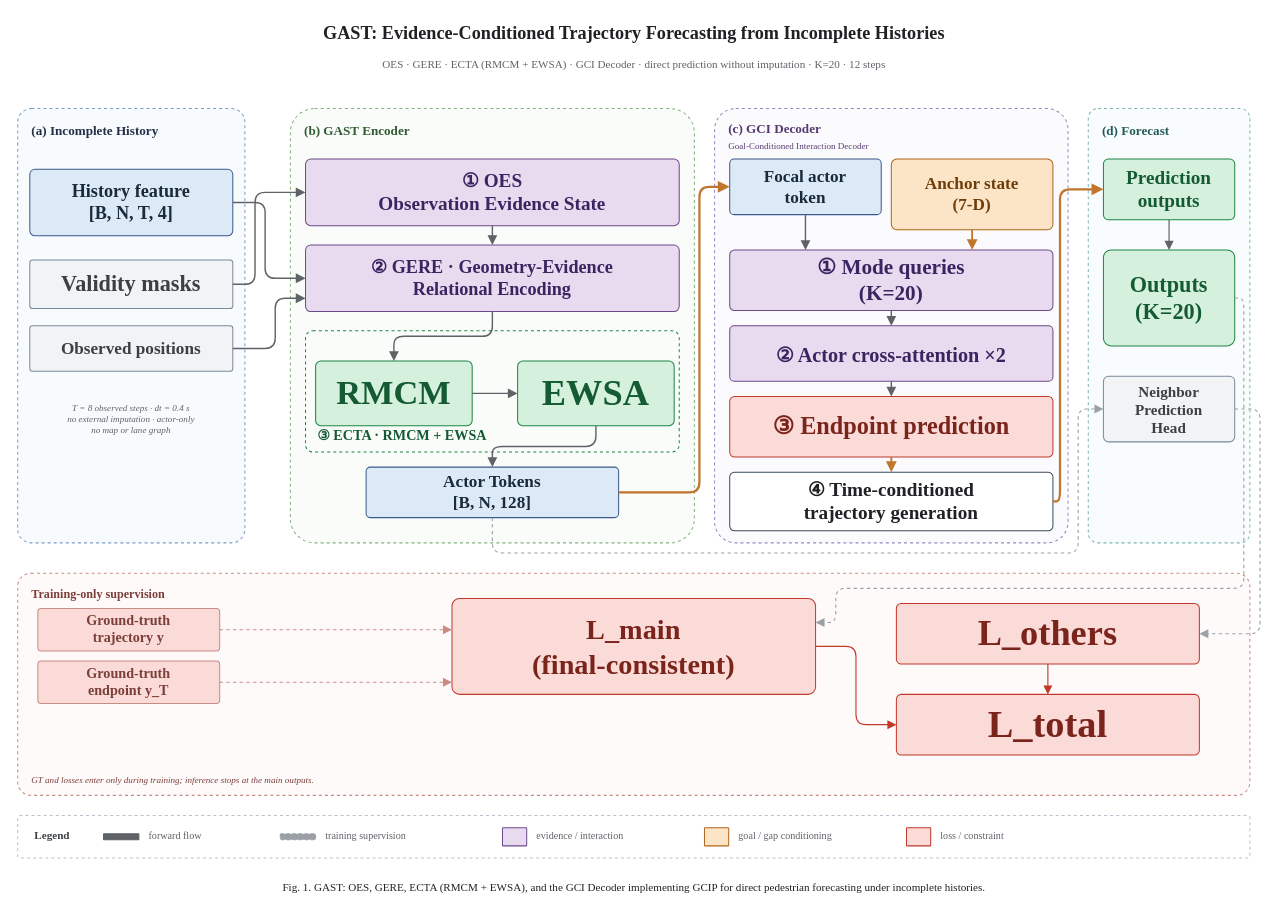
Above: docs/figures/GAST-Goal-framework.drawio in oAyanameio/GAST-PF (draw.io), before the change. Source tidied: cells renumbered, new cells numbered last; positions are measured from the earlier drawing's top-left corner, leaving out a move shared by most shapes. Both pictures are drawn from the tidied source at 101%, with x=0, y=0 at pixel (17, 17).
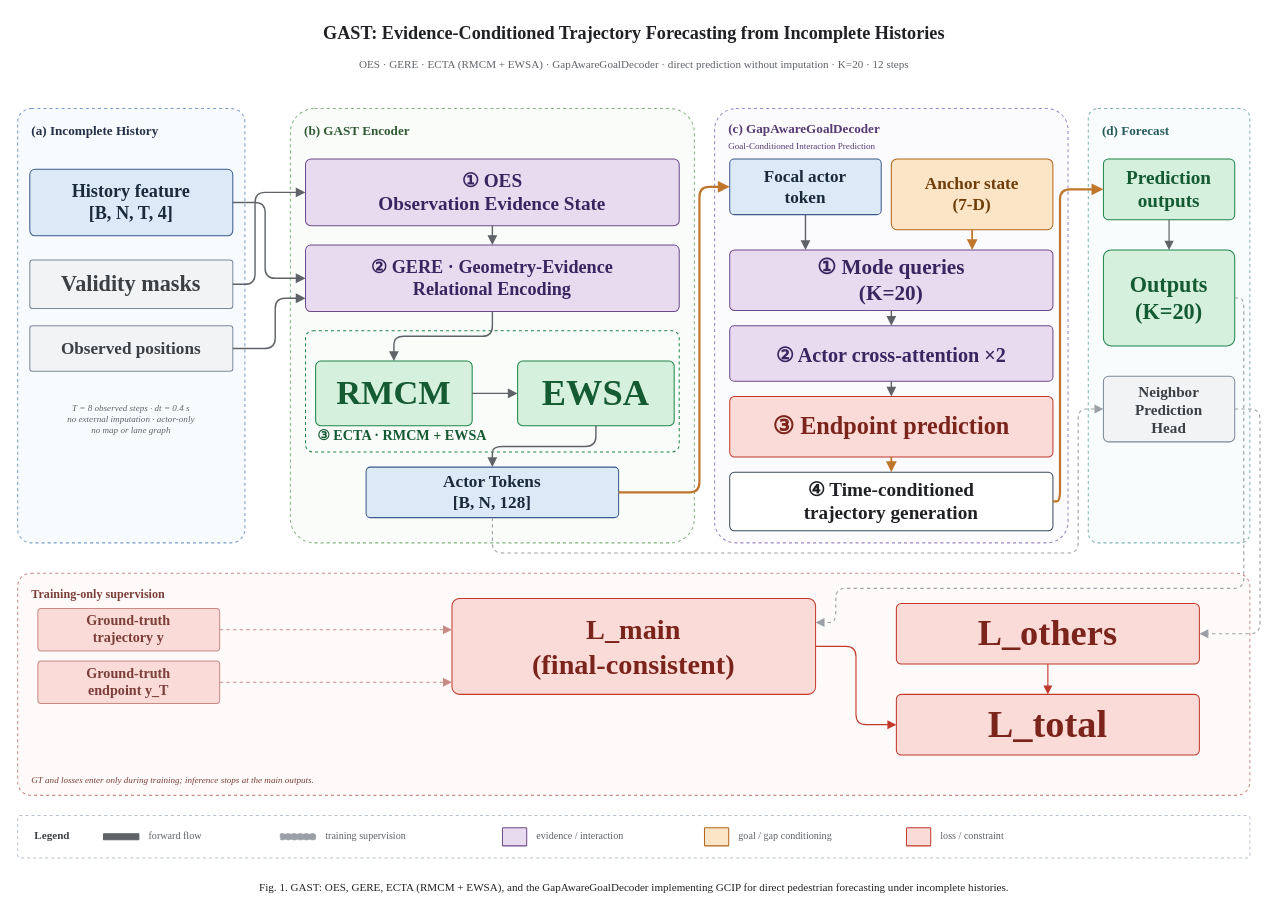
The same diagram, later.

Commit message (it also covers changes not shown here):
docs(figure): 框架图解码器命名 GCI Decoder 改为 GapAwareGoalDecoder（GCIP 保留）

What changed in the source:
```diff
@@
-    <mxCell id="8" value="OES · GERE · ECTA (RMCM + EWSA) · GCI Decoder · direct prediction without imputation · K=20 · 12 steps" style="text;html=1;fontSize=11;align=center;verticalAlign=middle;fontColor=#5F6368;fontFamily=Times New Roman;" parent="1" vertex="1">
+    <mxCell id="8" value="OES · GERE · ECTA (RMCM + EWSA) · GapAwareGoalDecoder · direct prediction without imputation · K=20 · 12 steps" style="text;html=1;fontSize=11;align=center;verticalAlign=middle;fontColor=#5F6368;fontFamily=Times New Roman;" parent="1" vertex="1">
       <mxGeometry y="35" width="1220" height="22" as="geometry" />
     </mxCell>
@@
-    <mxCell id="11" value="&lt;b&gt;(c) GCI Decoder&lt;/b&gt;&lt;br&gt;&lt;font style=&quot;font-size:9px&quot;&gt;Goal-Conditioned Interaction Decoder&lt;/font&gt;" style="text;html=1;fontSize=13;fontStyle=0;align=left;verticalAlign=middle;fontColor=#563A72;fontFamily=Times New Roman;" parent="1" vertex="1">
+    <mxCell id="11" value="&lt;b&gt;(c) GapAwareGoalDecoder&lt;/b&gt;&lt;br&gt;&lt;font style=&quot;font-size:9px&quot;&gt;Goal-Conditioned Interaction Prediction&lt;/font&gt;" style="text;html=1;fontSize=13;fontStyle=0;align=left;verticalAlign=middle;fontColor=#563A72;fontFamily=Times New Roman;" parent="1" vertex="1">
       <mxGeometry x="702" y="100" width="326" height="36" as="geometry" />
     </mxCell>
@@
-    <mxCell id="51" value="Fig. 1. GAST: OES, GERE, ECTA (RMCM + EWSA), and the GCI Decoder implementing GCIP for direct pedestrian forecasting under incomplete histories." style="text;html=1;fontSize=11;align=center;verticalAlign=middle;fontColor=#202124;fontFamily=Times New Roman;" parent="1" vertex="1">
+    <mxCell id="51" value="Fig. 1. GAST: OES, GERE, ECTA (RMCM + EWSA), and the GapAwareGoalDecoder implementing GCIP for direct pedestrian forecasting under incomplete histories." style="text;html=1;fontSize=11;align=center;verticalAlign=middle;fontColor=#202124;fontFamily=Times New Roman;" parent="1" vertex="1">
       <mxGeometry y="850" width="1220" height="22" as="geometry" />
     </mxCell>
```
